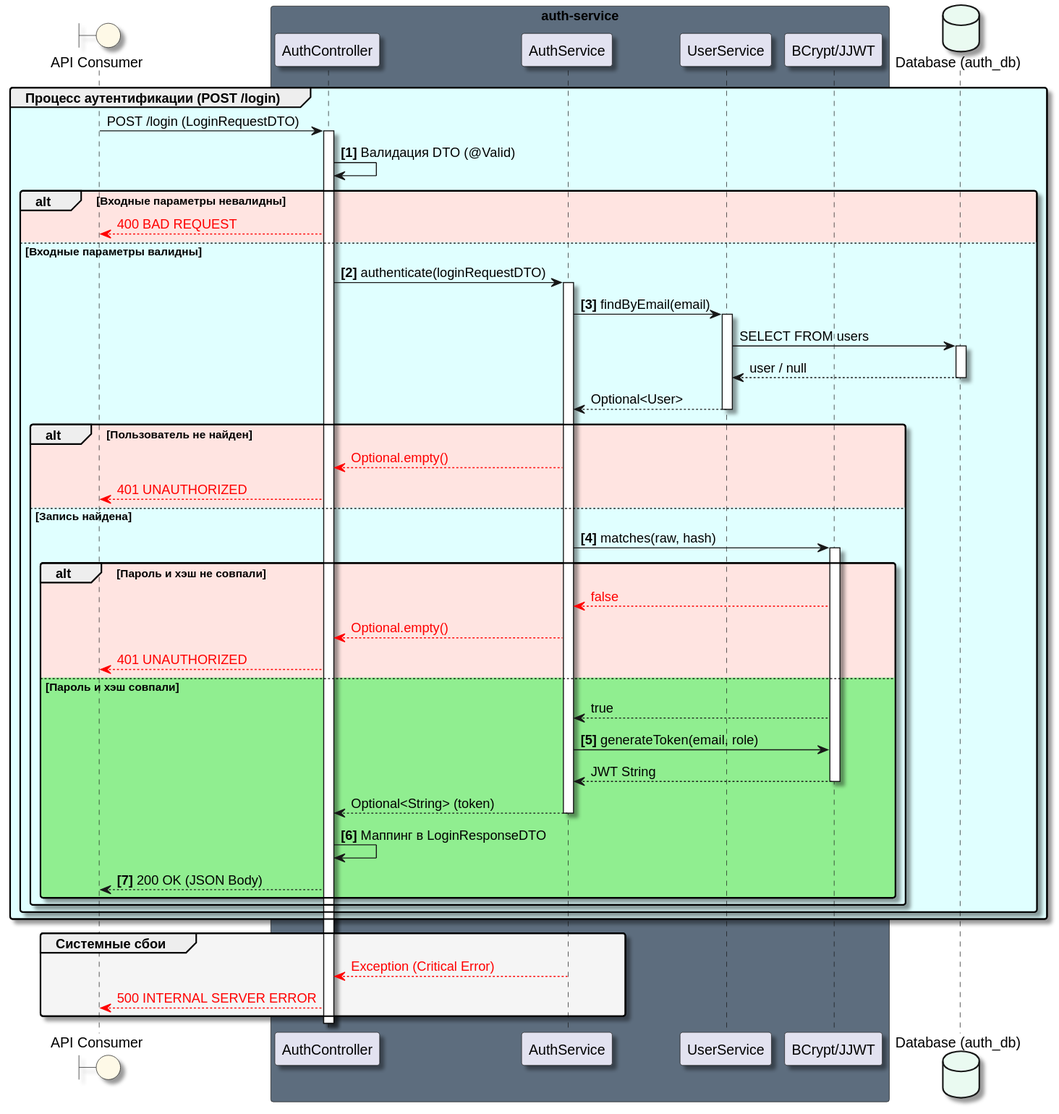
This is Docs/As-is/Diagrams/POST.login.svg from ni1a207/Healthcare-System, a PlantUML export, as it was before one commit. Source of this version:
```plantuml
@startuml
skinparam Shadowing true
skinparam RoundCorner 5
skinparam MaxMessageSize 250

boundary "API Consumer" as AC #FEF9E7

box "auth-service" #5D6D7E
    participant "AuthController" as Ctrl
    participant "AuthService" as Service
    participant "UserService" as USrv
    participant "BCrypt/JJWT" as Utils
end box

database "Database (auth_db)" as DB #EAFAF1

group #LightCyan Процесс аутентификации (POST /login)
    AC -> Ctrl: POST /login (LoginRequestDTO)
    activate Ctrl

    Ctrl -> Ctrl: **[1]** Валидация DTO (@Valid)

    alt #MistyRose Входные параметры невалидны
        Ctrl --[#red]> AC: <color:#red>400 BAD REQUEST</color>
    else #LightCyan Входные параметры валидны

        Ctrl -> Service: **[2]** authenticate(loginRequestDTO)
        activate Service

        Service -> USrv: **[3]** findByEmail(email)
        activate USrv
        USrv -> DB: SELECT FROM users
        activate DB
        DB --> USrv: user / null
        deactivate DB
        USrv --> Service: Optional<User>
        deactivate USrv

        alt #MistyRose Пользователь не найден
            Service --[#red]>  Ctrl: <color:#red>Optional.empty()</color>
            Ctrl --[#red]> AC: <color:#red>401 UNAUTHORIZED</color>
        else #LightCyan Запись найдена

            Service -> Utils: **[4]** matches(raw, hash)
            activate Utils

            alt #MistyRose Пароль и хэш не совпали
                Utils --[#red]>  Service: <color:#red>false</color>
                Service --[#red]>  Ctrl: <color:#red>Optional.empty()</color>
                Ctrl --[#red]> AC: <color:#red>401 UNAUTHORIZED</color>
            else #LightGreen Пароль и хэш совпали
                Utils --> Service: true

                Service -> Utils: **[5]** generateToken(email, role)
                Utils --> Service: JWT String
                deactivate Utils

                Service --> Ctrl: Optional<String> (token)
                deactivate Service

                Ctrl -> Ctrl: **[6]** Маппинг в LoginResponseDTO
                Ctrl --> AC: **[7]** 200 OK (JSON Body)
            end
        end
    end
end

group #WhiteSmoke Системные сбои
    Service --[#red]> Ctrl: <color:#red>Exception (Critical Error)</color>
    Ctrl --[#red]> AC: <color:#red>500 INTERNAL SERVER ERROR</color>
end

deactivate Ctrl
@enduml
```
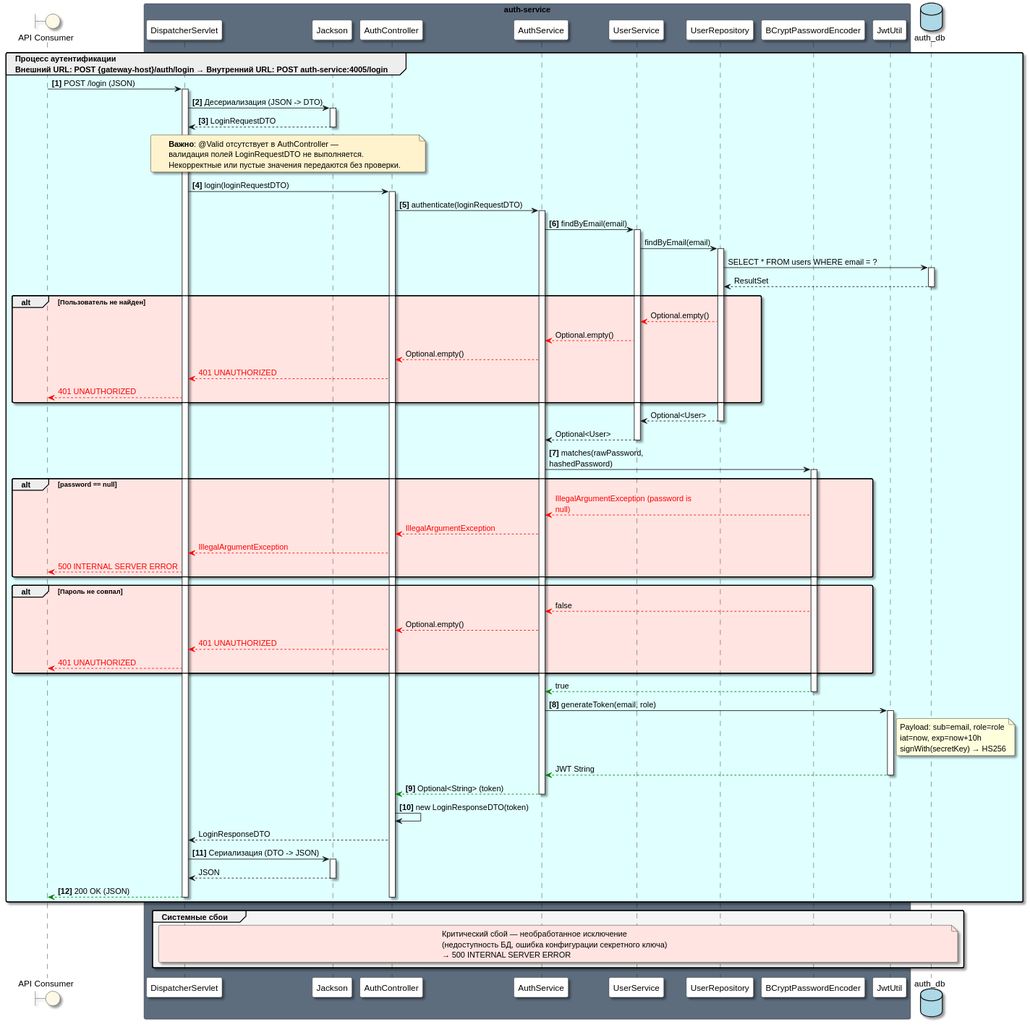
After the commit.

Change to the diagram source:
```diff
@@ -6,69 +6,83 @@
 boundary "API Consumer" as AC #FEF9E7
 
 box "auth-service" #5D6D7E
-    participant "AuthController" as Ctrl
-    participant "AuthService" as Service
-    participant "UserService" as USrv
-    participant "BCrypt/JJWT" as Utils
+    participant "DispatcherServlet" as DS #White
+    participant "Jackson" as Jackson #White
+    participant "AuthController" as Ctrl #White
+    participant "AuthService" as Service #White
+    participant "UserService" as USrv #White
+    participant "UserRepository" as Repo #White
+    participant "BCryptPasswordEncoder" as BCrypt #White
+    participant "JwtUtil" as Jwt #White
 end box
 
-database "Database (auth_db)" as DB #EAFAF1
+database "auth_db" as DB #LightBlue
 
-group #LightCyan Процесс аутентификации (POST /login)
-    AC -> Ctrl: POST /login (LoginRequestDTO)
-    activate Ctrl
+group #LightCyan Процесс аутентификации\nВнешний URL: POST {gateway-host}/auth/login → Внутренний URL: POST auth-service:4005/login
 
-    Ctrl -> Ctrl: **[1]** Валидация DTO (@Valid)
+    AC -> DS ++: **[1]** POST /login (JSON)
+    DS -> Jackson ++: **[2]** Десериализация (JSON -> DTO)
+    Jackson --> DS --: **[3]** LoginRequestDTO
 
-    alt #MistyRose Входные параметры невалидны
-        Ctrl --[#red]> AC: <color:#red>400 BAD REQUEST</color>
-    else #LightCyan Входные параметры валидны
+    note over DS, Ctrl #FFF3CD: **Важно**: @Valid отсутствует в AuthController —\nвалидация полей LoginRequestDTO не выполняется.\nНекорректные или пустые значения передаются без проверки.
 
-        Ctrl -> Service: **[2]** authenticate(loginRequestDTO)
-        activate Service
+    DS -> Ctrl ++: **[4]** login(loginRequestDTO)
+    Ctrl -> Service ++: **[5]** authenticate(loginRequestDTO)
+    Service -> USrv ++: **[6]** findByEmail(email)
+    USrv -> Repo ++: findByEmail(email)
+    Repo -> DB ++: SELECT * FROM users WHERE email = ?
+    DB --> Repo --: ResultSet
 
-        Service -> USrv: **[3]** findByEmail(email)
-        activate USrv
-        USrv -> DB: SELECT FROM users
-        activate DB
-        DB --> USrv: user / null
-        deactivate DB
-        USrv --> Service: Optional<User>
-        deactivate USrv
+    alt #MistyRose Пользователь не найден
+        Repo --[#red]> USrv: Optional.empty()
+        USrv --[#red]> Service: Optional.empty()
+        Service --[#red]> Ctrl: Optional.empty()
+        Ctrl --[#red]> DS: <color:#red>401 UNAUTHORIZED</color>
+        DS --[#red]> AC: <color:#red>401 UNAUTHORIZED</color>
+    end
 
-        alt #MistyRose Пользователь не найден
-            Service --[#red]>  Ctrl: <color:#red>Optional.empty()</color>
-            Ctrl --[#red]> AC: <color:#red>401 UNAUTHORIZED</color>
-        else #LightCyan Запись найдена
+    Repo --> USrv --: Optional<User>
+    USrv --> Service --: Optional<User>
 
-            Service -> Utils: **[4]** matches(raw, hash)
-            activate Utils
+    Service -> BCrypt ++: **[7]** matches(rawPassword, hashedPassword)
 
-            alt #MistyRose Пароль и хэш не совпали
-                Utils --[#red]>  Service: <color:#red>false</color>
-                Service --[#red]>  Ctrl: <color:#red>Optional.empty()</color>
-                Ctrl --[#red]> AC: <color:#red>401 UNAUTHORIZED</color>
-            else #LightGreen Пароль и хэш совпали
-                Utils --> Service: true
+    alt #MistyRose password == null
+         BCrypt --[#red]> Service: <color:#red>IllegalArgumentException (password is null)</color>
+                Service --[#red]> Ctrl: <color:#red>IllegalArgumentException</color>
+                Ctrl --[#red]> DS: <color:#red>IllegalArgumentException</color>
+                DS --[#red]> AC: <color:#red>500 INTERNAL SERVER ERROR</color>
+    end
 
-                Service -> Utils: **[5]** generateToken(email, role)
-                Utils --> Service: JWT String
-                deactivate Utils
+    alt #MistyRose Пароль не совпал
+        BCrypt --[#red]> Service: false
+        Service --[#red]> Ctrl: Optional.empty()
+        Ctrl --[#red]> DS: <color:#red>401 UNAUTHORIZED</color>
+        DS --[#red]> AC: <color:#red>401 UNAUTHORIZED</color>
+    end
 
-                Service --> Ctrl: Optional<String> (token)
-                deactivate Service
+    BCrypt --[#green]> Service --: true
 
-                Ctrl -> Ctrl: **[6]** Маппинг в LoginResponseDTO
-                Ctrl --> AC: **[7]** 200 OK (JSON Body)
-            end
-        end
-    end
+    Service -> Jwt ++: **[8]** generateToken(email, role)
+    note right of Jwt: Payload: sub=email, role=role\niat=now, exp=now+10h\nsignWith(secretKey) → HS256
+    Jwt --[#green]> Service --: JWT String
+
+    Service --[#green]> Ctrl --: **[9]** Optional<String> (token)
+
+    Ctrl -> Ctrl: **[10]** new LoginResponseDTO(token)
+    Ctrl --> DS: LoginResponseDTO
+
+    DS -> Jackson ++: **[11]** Сериализация (DTO -> JSON)
+    Jackson --> DS --: JSON
+
+    DS --[#green]> AC --: **[12]** 200 OK (JSON)
+    deactivate Ctrl
+    deactivate USrv
+    deactivate Repo
+    deactivate BCrypt
+
 end
 
 group #WhiteSmoke Системные сбои
-    Service --[#red]> Ctrl: <color:#red>Exception (Critical Error)</color>
-    Ctrl --[#red]> AC: <color:#red>500 INTERNAL SERVER ERROR</color>
+    note over DS, DB #FFE4E1: Критический сбой — необработанное исключение\n(недоступность БД, ошибка конфигурации секретного ключа)\n→ 500 INTERNAL SERVER ERROR
 end
-
-deactivate Ctrl
 @enduml
```
